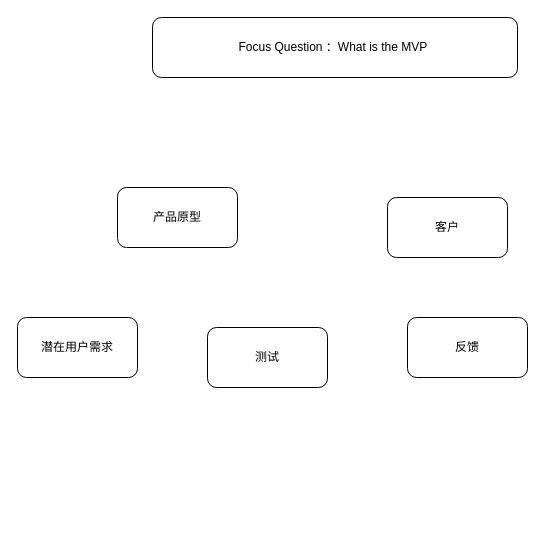
Earlier version of the draw.io diagram MVP.drawio (AFS-Bootcamp-202207-Class-3-1/TodoList-JianHuaHuang). Source tidied: cells renumbered, new cells numbered last; positions are measured from the earlier drawing's top-left corner, leaving out a move shared by most shapes. Both pictures are drawn from the tidied source at 100%, with x=0, y=0 at pixel (17, 17).
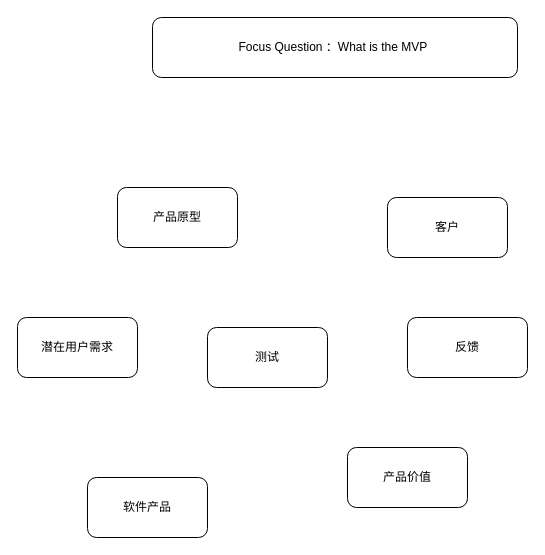
The same diagram, later.

Change to the diagram source:
```diff
@@
 <mxGraphModel>
   <root>
     <mxCell id="0" />
     <mxCell id="1" parent="0" />
     <mxCell id="2" value="Focus Question ：What is the MVP&amp;nbsp;" style="rounded=1;whiteSpace=wrap;html=1;" parent="1" vertex="1">
       <mxGeometry x="135" width="365" height="60" as="geometry" />
     </mxCell>
     <mxCell id="3" value="客户" style="rounded=1;whiteSpace=wrap;html=1;" parent="1" vertex="1">
       <mxGeometry x="370" y="180" width="120" height="60" as="geometry" />
     </mxCell>
     <mxCell id="4" value="产品原型" style="rounded=1;whiteSpace=wrap;html=1;" parent="1" vertex="1">
       <mxGeometry x="100" y="170" width="120" height="60" as="geometry" />
     </mxCell>
     <mxCell id="5" value="测试" style="rounded=1;whiteSpace=wrap;html=1;" parent="1" vertex="1">
       <mxGeometry x="190" y="310" width="120" height="60" as="geometry" />
     </mxCell>
     <mxCell id="6" value="反馈" style="rounded=1;whiteSpace=wrap;html=1;" parent="1" vertex="1">
       <mxGeometry x="390" y="300" width="120" height="60" as="geometry" />
     </mxCell>
     <mxCell id="7" value="潜在用户需求" style="rounded=1;whiteSpace=wrap;html=1;" parent="1" vertex="1">
       <mxGeometry y="300" width="120" height="60" as="geometry" />
     </mxCell>
+    <mxCell id="8" value="产品价值" style="rounded=1;whiteSpace=wrap;html=1;" parent="1" vertex="1">
+      <mxGeometry x="330" y="430" width="120" height="60" as="geometry" />
+    </mxCell>
+    <mxCell id="9" value="软件产品" style="rounded=1;whiteSpace=wrap;html=1;" parent="1" vertex="1">
+      <mxGeometry x="70" y="460" width="120" height="60" as="geometry" />
+    </mxCell>
   </root>
 </mxGraphModel>
```
